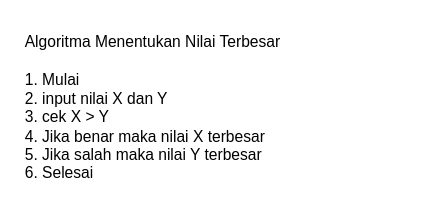
Earlier version of the draw.io diagram page "Algoritma menentukan nilai terbesar" (2 of 2) of tugas4.drawio (wisnu318/fwg17-computer-science). Source tidied: cells renumbered, new cells numbered last; positions are measured from the earlier drawing's top-left corner, leaving out a move shared by most shapes. Both pictures are drawn from the tidied source at 130%, with x=0, y=0 at pixel (22, 22).
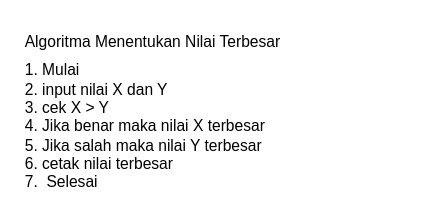
The same page after the edit.

The edit, as a diff of the source:
```diff
@@
 <mxGraphModel>
   <root>
     <mxCell id="0" />
     <mxCell id="1" parent="0" />
     <mxCell id="2" value="Algoritma Menentukan Nilai Terbesar" style="text;html=1;strokeColor=none;fillColor=none;align=left;verticalAlign=middle;whiteSpace=wrap;rounded=0;" parent="1" vertex="1">
       <mxGeometry width="240" height="30" as="geometry" />
     </mxCell>
-    <mxCell id="3" value="1. Mulai&lt;br&gt;2. input nilai X dan Y&lt;br&gt;3. cek X &amp;gt; Y&lt;br&gt;4. Jika benar maka nilai X terbesar&lt;br&gt;5. Jika salah maka nilai Y terbesar&lt;br&gt;6. Selesai" style="text;html=1;strokeColor=none;fillColor=none;align=left;verticalAlign=middle;whiteSpace=wrap;rounded=0;" parent="1" vertex="1">
+    <mxCell id="3" value="1. Mulai&lt;br&gt;2. input nilai X dan Y&lt;br&gt;3. cek X &amp;gt; Y&lt;br&gt;4. Jika benar maka nilai X terbesar&lt;br&gt;5. Jika salah maka nilai Y terbesar&lt;br&gt;6. cetak nilai terbesar&lt;br&gt;7.&amp;nbsp; Selesai" style="text;html=1;strokeColor=none;fillColor=none;align=left;verticalAlign=middle;whiteSpace=wrap;rounded=0;" parent="1" vertex="1">
       <mxGeometry y="30" width="310" height="100" as="geometry" />
     </mxCell>
   </root>
 </mxGraphModel>
```
